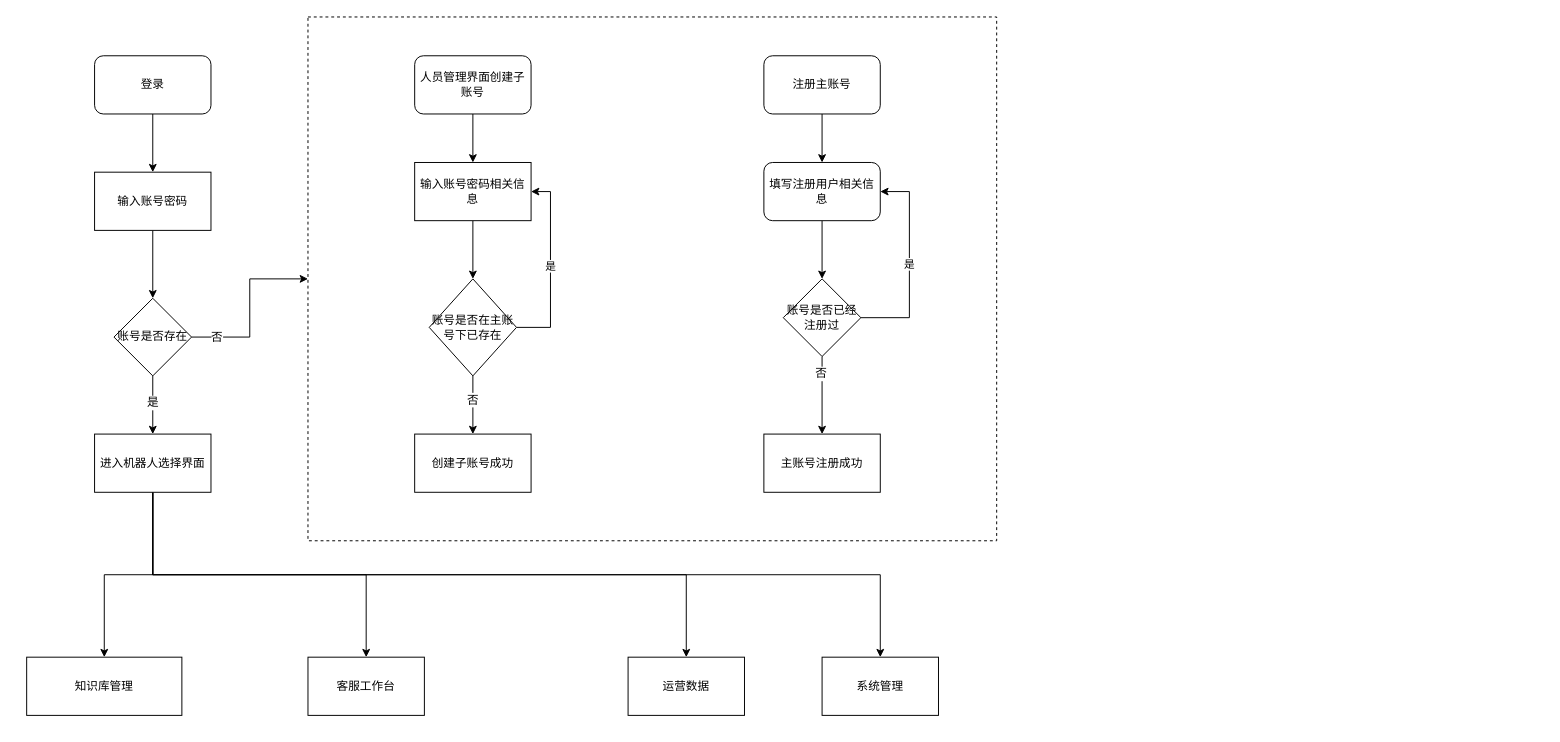
This is page "第 1 页" (1 of 4) of chatbot-flowchart/chatbot.drawio from apulll/flowchat, a draw.io file, before an edit. Source tidied: cells renumbered, new cells numbered last; positions are measured from the earlier drawing's top-left corner, leaving out a move shared by most shapes. Both pictures are drawn from the tidied source at 97%, with x=0, y=0 at pixel (26, 16).
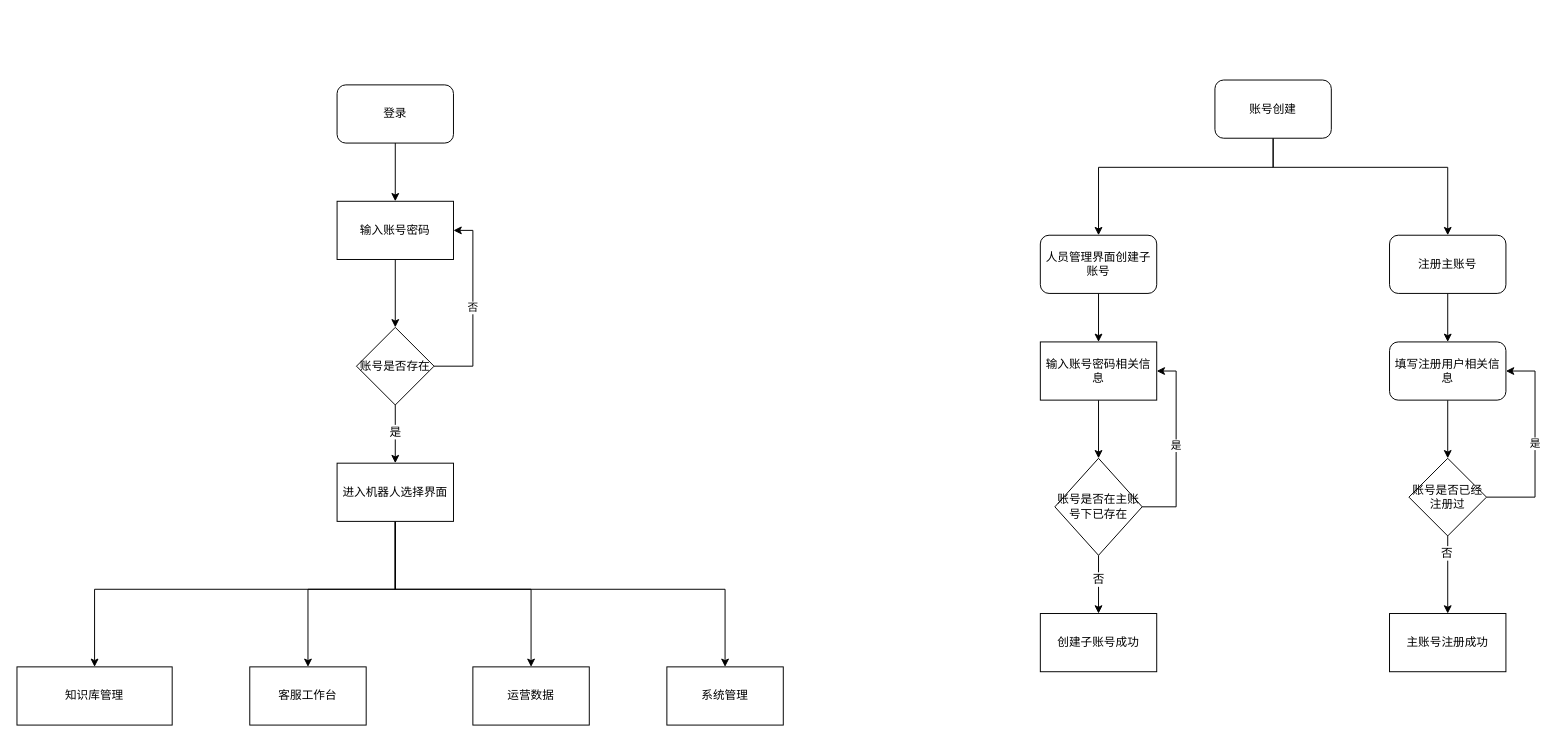
Above is the later version.

The change refers to these unchanged cells:
```xml
<mxCell id="25" style="edgeStyle=orthogonalEdgeStyle;rounded=0;jettySize=auto;html=1;" parent="1" edge="1" source="28" target="29">
  <mxGeometry relative="1" as="geometry" />
</mxCell>
<mxCell id="35" style="edgeStyle=orthogonalEdgeStyle;rounded=0;jettySize=auto;html=1;" parent="1" edge="1" source="37" target="38">
  <mxGeometry relative="1" as="geometry" />
</mxCell>
```

The edit, as a diff of the source:
```diff
@@
-    <mxCell id="2" style="rounded=0;whiteSpace=wrap;html=1;fillColor=none;dashed=1;" parent="1" vertex="1">
-      <mxGeometry x="290" width="710" height="540" as="geometry" />
-    </mxCell>
@@
     <mxCell id="4" value="登录" style="rounded=1;whiteSpace=wrap;html=1;" parent="1" vertex="1">
-      <mxGeometry x="70" y="40" width="120" height="60" as="geometry" />
+      <mxGeometry x="320" y="70" width="120" height="60" as="geometry" />
     </mxCell>
@@
     <mxCell id="6" value="输入账号密码" style="rounded=0;whiteSpace=wrap;html=1;" parent="1" vertex="1">
-      <mxGeometry x="70" y="160" width="120" height="60" as="geometry" />
+      <mxGeometry x="320" y="190" width="120" height="60" as="geometry" />
     </mxCell>
@@
-    <mxCell id="9" style="edgeStyle=orthogonalEdgeStyle;rounded=0;jettySize=auto;html=1;entryX=0;entryY=0.5;entryDx=0;entryDy=0;" parent="1" edge="1" source="11" target="2">
-      <mxGeometry relative="1" as="geometry" />
-    </mxCell>
-    <mxCell id="10" value="否" style="text;html=1;align=center;verticalAlign=middle;labelBackgroundColor=#ffffff;" parent="9" vertex="1">
-      <mxGeometry x="-0.72" relative="1" as="geometry" />
-    </mxCell>
+    <mxCell id="39" value="否" style="edgeStyle=orthogonalEdgeStyle;rounded=0;jettySize=auto;html=1;entryX=1;entryY=0.5;entryDx=0;entryDy=0;exitX=1;exitY=0.5;exitDx=0;exitDy=0;" parent="1" edge="1" source="11" target="6">
+      <mxGeometry relative="1" as="geometry">
+        <Array as="points">
+          <mxPoint x="460" y="360" />
+          <mxPoint x="460" y="220" />
+        </Array>
+      </mxGeometry>
+    </mxCell>
     <mxCell id="11" value="账号是否存在" style="rhombus;whiteSpace=wrap;html=1;" parent="1" vertex="1">
-      <mxGeometry x="90" y="290" width="80" height="80" as="geometry" />
+      <mxGeometry x="340" y="320" width="80" height="80" as="geometry" />
     </mxCell>
@@
     <mxCell id="13" value="注册主账号" style="rounded=1;whiteSpace=wrap;html=1;" parent="1" vertex="1">
-      <mxGeometry x="760" y="40" width="120" height="60" as="geometry" />
+      <mxGeometry x="1405" y="225" width="120" height="60" as="geometry" />
     </mxCell>
@@
     <mxCell id="15" value="填写注册用户相关信息" style="rounded=1;whiteSpace=wrap;html=1;" parent="1" vertex="1">
-      <mxGeometry x="760" y="150" width="120" height="60" as="geometry" />
+      <mxGeometry x="1405" y="335" width="120" height="60" as="geometry" />
     </mxCell>
-    <mxCell id="16" style="edgeStyle=orthogonalEdgeStyle;rounded=0;jettySize=auto;html=1;entryX=0.5;entryY=0;entryDx=0;entryDy=0;" parent="1" edge="1" source="20" target="21">
-      <mxGeometry relative="1" as="geometry" />
-    </mxCell>
     <mxCell id="17" style="edgeStyle=orthogonalEdgeStyle;rounded=0;jettySize=auto;html=1;entryX=0.5;entryY=0;entryDx=0;entryDy=0;exitX=0.5;exitY=1;exitDx=0;exitDy=0;" parent="1" edge="1" source="20" target="22">
-      <mxGeometry relative="1" as="geometry" />
+      <mxGeometry relative="1" as="geometry">
+        <Array as="points">
+          <mxPoint x="380" y="590" />
+          <mxPoint x="290" y="590" />
+        </Array>
+      </mxGeometry>
     </mxCell>
     <mxCell id="18" style="edgeStyle=orthogonalEdgeStyle;rounded=0;jettySize=auto;html=1;entryX=0.5;entryY=0;entryDx=0;entryDy=0;exitX=0.5;exitY=1;exitDx=0;exitDy=0;" parent="1" edge="1" source="20" target="23">
-      <mxGeometry relative="1" as="geometry" />
+      <mxGeometry relative="1" as="geometry">
+        <Array as="points">
+          <mxPoint x="380" y="590" />
+          <mxPoint x="520" y="590" />
+        </Array>
+      </mxGeometry>
     </mxCell>
     <mxCell id="19" style="edgeStyle=orthogonalEdgeStyle;rounded=0;jettySize=auto;html=1;entryX=0.5;entryY=0;entryDx=0;entryDy=0;exitX=0.5;exitY=1;exitDx=0;exitDy=0;" parent="1" edge="1" source="20" target="24">
-      <mxGeometry relative="1" as="geometry" />
+      <mxGeometry relative="1" as="geometry">
+        <Array as="points">
+          <mxPoint x="380" y="590" />
+          <mxPoint x="720" y="590" />
+        </Array>
+      </mxGeometry>
     </mxCell>
+    <mxCell id="16" style="edgeStyle=orthogonalEdgeStyle;rounded=0;jettySize=auto;html=1;entryX=0.5;entryY=0;entryDx=0;entryDy=0;" parent="1" edge="1" source="20" target="21">
+      <mxGeometry relative="1" as="geometry">
+        <Array as="points">
+          <mxPoint x="380" y="590" />
+          <mxPoint x="70" y="590" />
+        </Array>
+      </mxGeometry>
+    </mxCell>
     <mxCell id="20" value="进入机器人选择界面" style="rounded=0;whiteSpace=wrap;html=1;" parent="1" vertex="1">
-      <mxGeometry x="70" y="430" width="120" height="60" as="geometry" />
+      <mxGeometry x="320" y="460" width="120" height="60" as="geometry" />
     </mxCell>
     <mxCell id="21" value="知识库管理" style="rounded=0;whiteSpace=wrap;html=1;" parent="1" vertex="1">
-      <mxGeometry y="660" width="160" height="60" as="geometry" />
+      <mxGeometry x="-10" y="670" width="160" height="60" as="geometry" />
     </mxCell>
     <mxCell id="22" value="客服工作台" style="rounded=0;whiteSpace=wrap;html=1;" parent="1" vertex="1">
-      <mxGeometry x="290" y="660" width="120" height="60" as="geometry" />
+      <mxGeometry x="230" y="670" width="120" height="60" as="geometry" />
     </mxCell>
     <mxCell id="23" value="运营数据" style="rounded=0;whiteSpace=wrap;html=1;" parent="1" vertex="1">
-      <mxGeometry x="620" y="660" width="120" height="60" as="geometry" />
+      <mxGeometry x="460" y="670" width="120" height="60" as="geometry" />
     </mxCell>
     <mxCell id="24" value="系统管理" style="rounded=0;whiteSpace=wrap;html=1;" parent="1" vertex="1">
-      <mxGeometry x="820" y="660" width="120" height="60" as="geometry" />
+      <mxGeometry x="660" y="670" width="120" height="60" as="geometry" />
     </mxCell>
@@
-    <mxCell id="26" value="否" style="text;html=1;align=center;verticalAlign=middle;labelBackgroundColor=#ffffff;" parent="25" vertex="1">
-      <mxGeometry x="-0.57" y="-2" relative="1" as="geometry" />
-    </mxCell>
+    <mxCell id="40" value="否" style="text;html=1;align=center;verticalAlign=middle;labelBackgroundColor=#ffffff;" parent="25" vertex="1">
+      <mxGeometry x="-0.57" y="-2" relative="1" as="geometry" />
+    </mxCell>
     <mxCell id="27" value="是" style="edgeStyle=orthogonalEdgeStyle;rounded=0;jettySize=auto;html=1;entryX=1;entryY=0.5;entryDx=0;entryDy=0;exitX=1;exitY=0.5;exitDx=0;exitDy=0;" parent="1" edge="1" source="28" target="15">
       <mxGeometry relative="1" as="geometry">
         <Array as="points">
-          <mxPoint x="910" y="310" />
-          <mxPoint x="910" y="180" />
+          <mxPoint x="1555" y="495" />
+          <mxPoint x="1555" y="365" />
         </Array>
       </mxGeometry>
     </mxCell>
     <mxCell id="28" value="账号是否已经注册过" style="rhombus;whiteSpace=wrap;html=1;" parent="1" vertex="1">
-      <mxGeometry x="780" y="270" width="80" height="80" as="geometry" />
+      <mxGeometry x="1425" y="455" width="80" height="80" as="geometry" />
     </mxCell>
     <mxCell id="29" value="主账号注册成功" style="rounded=0;whiteSpace=wrap;html=1;" parent="1" vertex="1">
-      <mxGeometry x="760" y="430" width="120" height="60" as="geometry" />
+      <mxGeometry x="1405" y="615" width="120" height="60" as="geometry" />
     </mxCell>
@@
     <mxCell id="31" value="人员管理界面创建子账号" style="rounded=1;whiteSpace=wrap;html=1;" parent="1" vertex="1">
-      <mxGeometry x="400" y="40" width="120" height="60" as="geometry" />
+      <mxGeometry x="1045" y="225" width="120" height="60" as="geometry" />
     </mxCell>
@@
     <mxCell id="33" value="输入账号密码相关信息" style="rounded=0;whiteSpace=wrap;html=1;" parent="1" vertex="1">
-      <mxGeometry x="400" y="150" width="120" height="60" as="geometry" />
+      <mxGeometry x="1045" y="335" width="120" height="60" as="geometry" />
     </mxCell>
     <mxCell id="34" value="是" style="edgeStyle=orthogonalEdgeStyle;rounded=0;jettySize=auto;html=1;entryX=1;entryY=0.5;entryDx=0;entryDy=0;" parent="1" edge="1" source="37" target="33">
       <mxGeometry relative="1" as="geometry">
         <Array as="points">
-          <mxPoint x="540" y="320" />
-          <mxPoint x="540" y="180" />
+          <mxPoint x="1185" y="505" />
+          <mxPoint x="1185" y="365" />
         </Array>
       </mxGeometry>
     </mxCell>
@@
-    <mxCell id="36" value="否" style="text;html=1;align=center;verticalAlign=middle;labelBackgroundColor=#ffffff;" parent="35" vertex="1">
-      <mxGeometry x="-0.2" y="-1" relative="1" as="geometry" />
-    </mxCell>
+    <mxCell id="41" value="否" style="text;html=1;align=center;verticalAlign=middle;labelBackgroundColor=#ffffff;" parent="35" vertex="1">
+      <mxGeometry x="-0.2" y="-1" relative="1" as="geometry" />
+    </mxCell>
     <mxCell id="37" value="账号是否在主账号下已存在" style="rhombus;whiteSpace=wrap;html=1;" parent="1" vertex="1">
-      <mxGeometry x="415" y="270" width="90" height="100" as="geometry" />
+      <mxGeometry x="1060" y="455" width="90" height="100" as="geometry" />
     </mxCell>
     <mxCell id="38" value="创建子账号成功" style="rounded=0;whiteSpace=wrap;html=1;" parent="1" vertex="1">
-      <mxGeometry x="400" y="430" width="120" height="60" as="geometry" />
+      <mxGeometry x="1045" y="615" width="120" height="60" as="geometry" />
     </mxCell>
+    <mxCell id="42" style="edgeStyle=orthogonalEdgeStyle;rounded=0;jettySize=auto;html=1;entryX=0.5;entryY=0;entryDx=0;entryDy=0;" parent="1" edge="1" source="44" target="31">
+      <mxGeometry relative="1" as="geometry">
+        <Array as="points">
+          <mxPoint x="1285" y="155" />
+          <mxPoint x="1105" y="155" />
+        </Array>
+      </mxGeometry>
+    </mxCell>
+    <mxCell id="43" style="edgeStyle=orthogonalEdgeStyle;rounded=0;jettySize=auto;html=1;entryX=0.5;entryY=0;entryDx=0;entryDy=0;" parent="1" edge="1" source="44" target="13">
+      <mxGeometry relative="1" as="geometry">
+        <Array as="points">
+          <mxPoint x="1285" y="155" />
+          <mxPoint x="1465" y="155" />
+        </Array>
+      </mxGeometry>
+    </mxCell>
+    <mxCell id="44" value="账号创建" style="rounded=1;whiteSpace=wrap;html=1;fillColor=#ffffff;" parent="1" vertex="1">
+      <mxGeometry x="1225" y="65" width="120" height="60" as="geometry" />
+    </mxCell>
```
